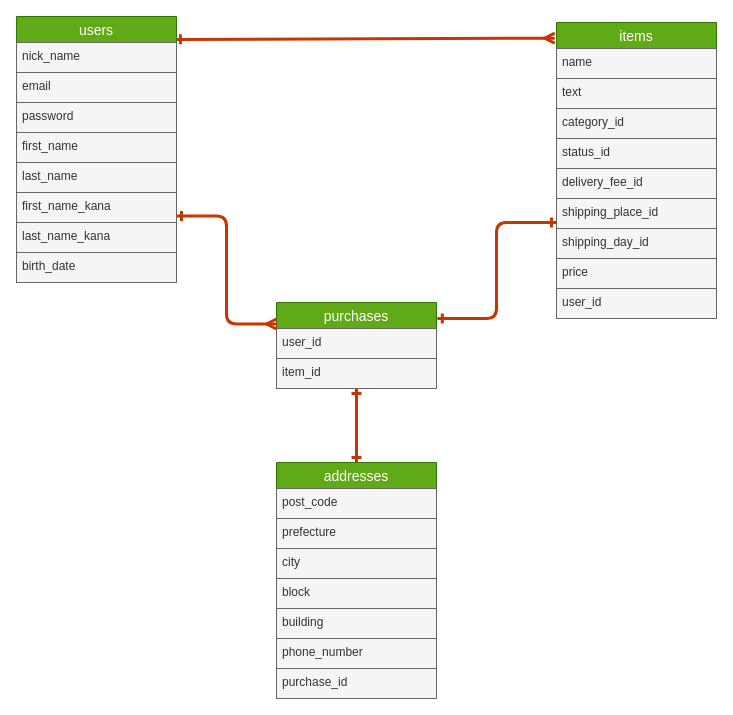
The draw.io diagram ER.dio in sun-glass/furima-29584, before the edit. Source tidied: cells renumbered, new cells numbered last; positions are measured from the earlier drawing's top-left corner, leaving out a move shared by most shapes. Both pictures are drawn from the tidied source at 100%, with x=0, y=0 at pixel (16, 16).
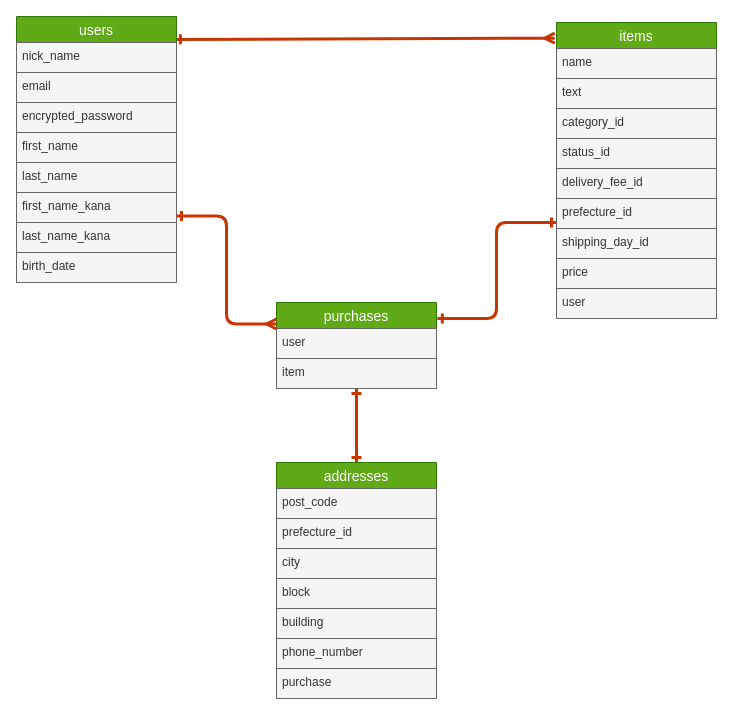
The same diagram, later.

Unchanged cells that the change refers to:
```xml
<mxCell id="2" value="items" style="swimlane;fontStyle=0;horizontal=1;startSize=26;align=center;fontSize=14;fillColor=#60a917;strokeColor=#2D7600;fontColor=#ffffff;" parent="1" vertex="1">
  <mxGeometry x="540" y="6" width="160" height="296" as="geometry" />
</mxCell>
<mxCell id="15" value="users" style="swimlane;fontStyle=0;horizontal=1;startSize=26;align=center;fontSize=14;fillColor=#60a917;strokeColor=#2D7600;fontColor=#ffffff;" parent="1" vertex="1">
  <mxGeometry width="160" height="266" as="geometry" />
</mxCell>
<mxCell id="24" value="purchases" style="swimlane;fontStyle=0;horizontal=1;startSize=26;align=center;fontSize=14;fillColor=#60a917;strokeColor=#2D7600;fontColor=#ffffff;" parent="1" vertex="1">
  <mxGeometry x="260" y="286" width="160" height="86" as="geometry" />
</mxCell>
<mxCell id="27" value="addresses" style="swimlane;fontStyle=0;horizontal=1;startSize=26;align=center;fontSize=14;fillColor=#60a917;strokeColor=#2D7600;fontColor=#ffffff;" parent="1" vertex="1">
  <mxGeometry x="260" y="446" width="160" height="236" as="geometry" />
</mxCell>
```

Diff of the diagram source:
```diff
@@
-    <mxCell id="8" value="shipping_place_id" style="text;strokeColor=#666666;fillColor=#f5f5f5;spacingLeft=4;spacingRight=4;overflow=hidden;fontSize=12;fontColor=#333333;" parent="2" vertex="1">
+    <mxCell id="8" value="prefecture_id" style="text;strokeColor=#666666;fillColor=#f5f5f5;spacingLeft=4;spacingRight=4;overflow=hidden;fontSize=12;fontColor=#333333;" parent="2" vertex="1">
       <mxGeometry y="176" width="160" height="30" as="geometry" />
     </mxCell>
@@
-    <mxCell id="11" value="user_id" style="text;strokeColor=#666666;fillColor=#f5f5f5;spacingLeft=4;spacingRight=4;overflow=hidden;fontSize=12;fontColor=#333333;" parent="2" vertex="1">
+    <mxCell id="11" value="user" style="text;strokeColor=#666666;fillColor=#f5f5f5;spacingLeft=4;spacingRight=4;overflow=hidden;fontSize=12;fontColor=#333333;" parent="2" vertex="1">
       <mxGeometry y="266" width="160" height="30" as="geometry" />
     </mxCell>
@@
-    <mxCell id="18" value="password" style="text;strokeColor=#666666;fillColor=#f5f5f5;spacingLeft=4;spacingRight=4;overflow=hidden;fontSize=12;fontColor=#333333;" parent="15" vertex="1">
+    <mxCell id="18" value="encrypted_password" style="text;strokeColor=#666666;fillColor=#f5f5f5;spacingLeft=4;spacingRight=4;overflow=hidden;fontSize=12;fontColor=#333333;" parent="15" vertex="1">
       <mxGeometry y="86" width="160" height="30" as="geometry" />
     </mxCell>
@@
-    <mxCell id="25" value="user_id" style="text;strokeColor=#666666;fillColor=#f5f5f5;spacingLeft=4;spacingRight=4;overflow=hidden;fontSize=12;fontColor=#333333;" parent="24" vertex="1">
+    <mxCell id="25" value="user" style="text;strokeColor=#666666;fillColor=#f5f5f5;spacingLeft=4;spacingRight=4;overflow=hidden;fontSize=12;fontColor=#333333;" parent="24" vertex="1">
       <mxGeometry y="26" width="160" height="30" as="geometry" />
     </mxCell>
-    <mxCell id="26" value="item_id" style="text;strokeColor=#666666;fillColor=#f5f5f5;spacingLeft=4;spacingRight=4;overflow=hidden;fontSize=12;fontColor=#333333;" parent="24" vertex="1">
+    <mxCell id="26" value="item" style="text;strokeColor=#666666;fillColor=#f5f5f5;spacingLeft=4;spacingRight=4;overflow=hidden;fontSize=12;fontColor=#333333;" parent="24" vertex="1">
       <mxGeometry y="56" width="160" height="30" as="geometry" />
     </mxCell>
@@
-    <mxCell id="29" value="prefecture" style="text;strokeColor=#666666;fillColor=#f5f5f5;spacingLeft=4;spacingRight=4;overflow=hidden;fontSize=12;fontColor=#333333;" parent="27" vertex="1">
+    <mxCell id="29" value="prefecture_id" style="text;strokeColor=#666666;fillColor=#f5f5f5;spacingLeft=4;spacingRight=4;overflow=hidden;fontSize=12;fontColor=#333333;" parent="27" vertex="1">
       <mxGeometry y="56" width="160" height="30" as="geometry" />
     </mxCell>
@@
-    <mxCell id="34" value="purchase_id" style="text;strokeColor=#666666;fillColor=#f5f5f5;spacingLeft=4;spacingRight=4;overflow=hidden;fontSize=12;fontColor=#333333;" parent="27" vertex="1">
+    <mxCell id="34" value="purchase" style="text;strokeColor=#666666;fillColor=#f5f5f5;spacingLeft=4;spacingRight=4;overflow=hidden;fontSize=12;fontColor=#333333;" parent="27" vertex="1">
       <mxGeometry y="206" width="160" height="30" as="geometry" />
     </mxCell>
```
